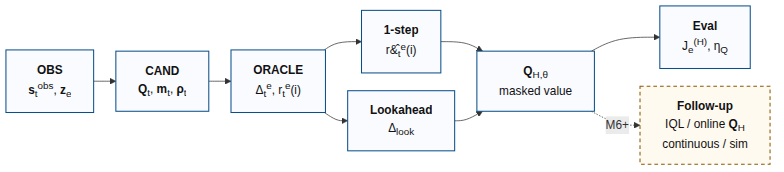
Earlier version of the Mermaid export docs/typst/thesis/figures/proposal_system_flow.png (JanDuchscherer104/ARIA-NBV). Its source is kept beside it as docs/typst/thesis/figures/proposal_system_flow.mmd.
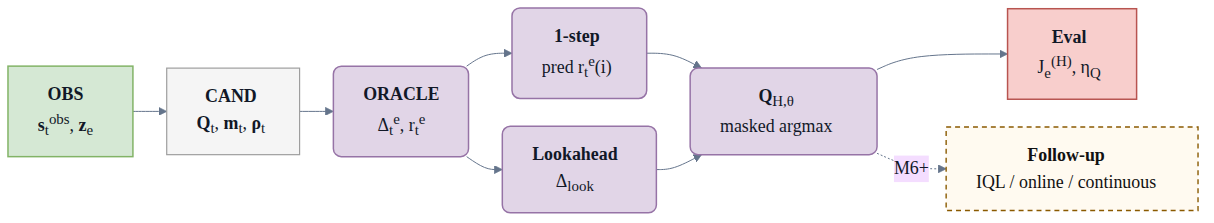
After the change.

Change to the diagram source:
```diff
@@ -1,15 +1,21 @@
-%%{init: {"flowchart": {"htmlLabels": true, "nodeSpacing": 24, "rankSpacing": 30}}}%%
+%%{init: {"theme": "base", "flowchart": {"htmlLabels": true, "nodeSpacing": 28, "rankSpacing": 34, "curve": "basis"}, "themeVariables": {"background": "#ffffff", "fontFamily": "Inter, DejaVu Sans, Arial, sans-serif", "fontSize": "18px", "primaryTextColor": "#111827", "lineColor": "#64748b"}}}%%
 flowchart LR
   A["<b>OBS</b><br/><b>s</b><sub>t</sub><sup>obs</sup>, <b>z</b><sub>e</sub>"] --> B["<b>CAND</b><br/><b>Q</b><sub>t</sub>, <b>m</b><sub>t</sub>, <b>&rho;</b><sub>t</sub>"]
-  B --> C["<b>ORACLE</b><br/>&Delta;<sub>t</sub><sup>e</sup>, r<sub>t</sub><sup>e</sup>(i)"]
-  C --> D["<b>1-step</b><br/>r&#770;<sub>t</sub><sup>e</sup>(i)"]
+  B --> C["<b>ORACLE</b><br/>&Delta;<sub>t</sub><sup>e</sup>, r<sub>t</sub><sup>e</sup>"]
+  C --> D["<b>1-step</b><br/>pred r<sub>t</sub><sup>e</sup>(i)"]
   C --> E["<b>Lookahead</b><br/>&Delta;<sub>look</sub>"]
-  D --> F["<b>Q</b><sub>H,&theta;</sub><br/>masked value"]
+  D --> F["<b>Q</b><sub>H,&theta;</sub><br/>masked argmax"]
   E --> F
   F --> G["<b>Eval</b><br/>J<sub>e</sub><sup>(H)</sup>, &eta;<sub>Q</sub>"]
-  F -. "M6+" .-> H["<b>Follow-up</b><br/>IQL / online <b>Q</b><sub>H</sub><br/>continuous / sim"]
+  F -. "M6+" .-> H["<b>Follow-up</b><br/>IQL / online / continuous"]
 
-  classDef core fill:#f9fbff,stroke:#0b4f8a,stroke-width:1.4px,color:#111;
+  classDef input fill:#D5E8D4,stroke:#82B366,stroke-width:1.5px,rx:0,ry:0;
+  classDef output fill:#F8CECC,stroke:#B85450,stroke-width:1.5px,rx:0,ry:0;
+  classDef compute fill:#E1D5E7,stroke:#9673A6,stroke-width:1.5px,rx:8,ry:8;
+  classDef data fill:#F5F5F5,stroke:#9E9E9E,stroke-width:1.2px,rx:0,ry:0;
   classDef bridge fill:#fffaf0,stroke:#8a5a00,stroke-width:1.4px,stroke-dasharray:5 4,color:#111;
-  class A,B,C,D,E,F,G core;
+  class A input;
+  class B data;
+  class C,D,E,F compute;
+  class G output;
   class H bridge;
```
